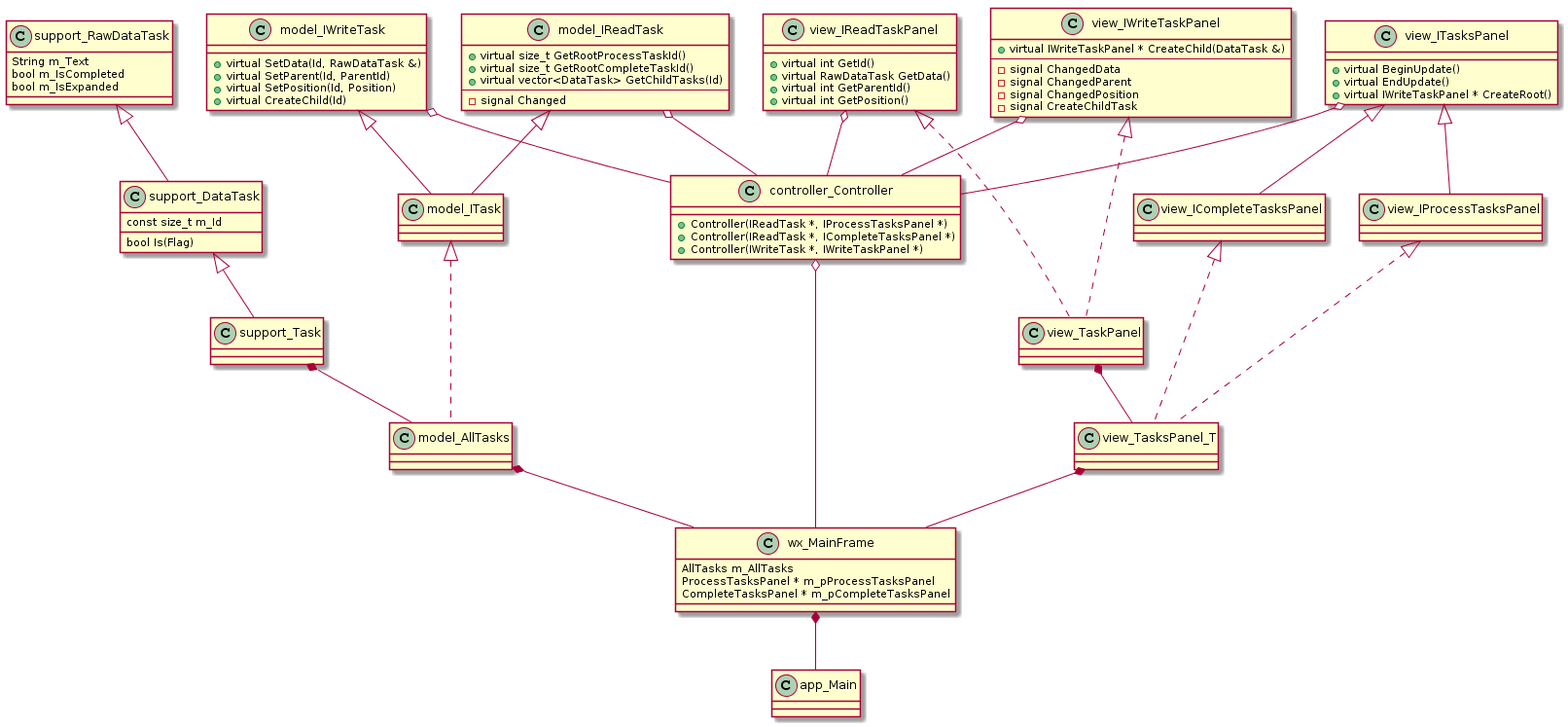
The PlantUML diagram Addins/CoreToolsProjectTasks.Classes.png in Unicornum/Unicornum.github.io, before a commit.
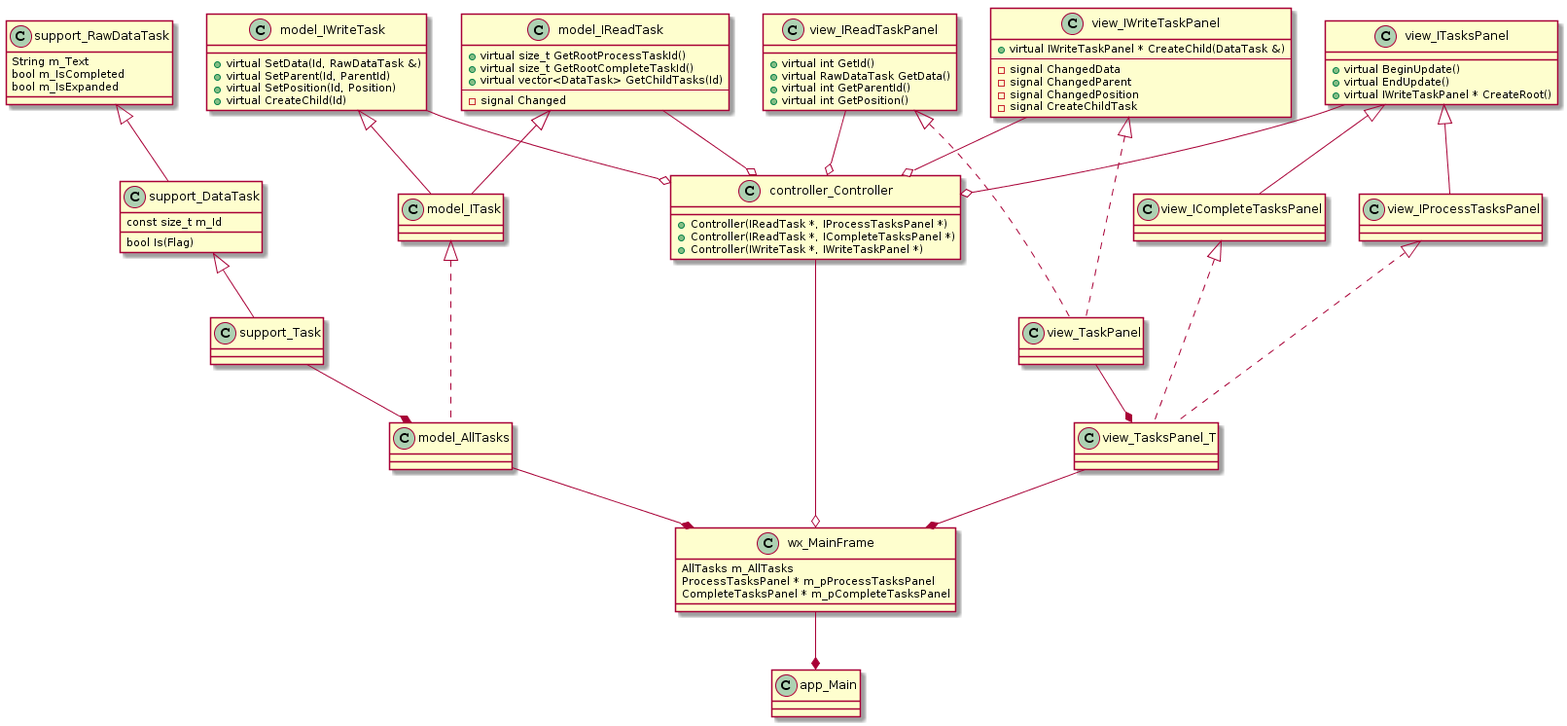
Above is the later version.

The edit, as a diff of the source:
```diff
@@ -1,14 +1,77 @@
 @startuml
-model_IModel <|-- model_Model
+support_RawDataTask : String m_Text
+support_RawDataTask : bool m_IsCompleted
+support_RawDataTask : bool m_IsExpanded
 
-view_IView <|-- wx_MainFrame
+support_RawDataTask <|-- support_DataTask
 
-model_IModel o-- controller_Controller
-view_IView o-- controller_Controller
+support_DataTask : const size_t m_Id
+support_DataTask : bool Is(Flag)
 
-controller_Controller : + Controller(model_IModel &, view_IView &)
+model_IReadTask : + virtual size_t GetRootProcessTaskId()
+model_IReadTask : + virtual size_t GetRootCompleteTaskId()
+model_IReadTask : + virtual vector<DataTask> GetChildTasks(Id)
+model_IReadTask : ---
+model_IReadTask : - signal Changed
 
-model_Model *-- app_Main
-controller_Controller *-- app_Main
-wx_MainFrame *-- app_Main
+model_IWriteTask : + virtual SetData(Id, RawDataTask &)
+model_IWriteTask : + virtual SetParent(Id, ParentId)
+model_IWriteTask : + virtual SetPosition(Id, Position)
+model_IWriteTask : + virtual CreateChild(Id)
+
+model_IReadTask <|-- model_ITask
+model_IWriteTask <|-- model_ITask
+
+model_ITask <|-.- model_AllTasks
+
+support_DataTask <|-- support_Task
+
+support_Task --* model_AllTasks
+
+controller_Controller : + Controller(IReadTask *, IProcessTasksPanel *)
+controller_Controller : + Controller(IReadTask *, ICompleteTasksPanel *)
+controller_Controller : + Controller(IWriteTask *, IWriteTaskPanel *)
+
+view_IWriteTaskPanel : + virtual IWriteTaskPanel * CreateChild(DataTask &)
+view_IWriteTaskPanel : ---
+view_IWriteTaskPanel : - signal ChangedData
+view_IWriteTaskPanel : - signal ChangedParent
+view_IWriteTaskPanel : - signal ChangedPosition
+view_IWriteTaskPanel : - signal CreateChildTask
+
+view_IReadTaskPanel : + virtual int GetId()
+view_IReadTaskPanel : + virtual RawDataTask GetData()
+view_IReadTaskPanel : + virtual int GetParentId()
+view_IReadTaskPanel : + virtual int GetPosition()
+
+view_IWriteTaskPanel <|-.- view_TaskPanel
+view_IReadTaskPanel <|-.- view_TaskPanel
+
+view_ITasksPanel <|-- view_IProcessTasksPanel
+view_ITasksPanel <|-- view_ICompleteTasksPanel
+
+view_IProcessTasksPanel <|-.- view_TasksPanel_T
+view_ICompleteTasksPanel <|-.- view_TasksPanel_T
+
+view_ITasksPanel : + virtual BeginUpdate()
+view_ITasksPanel : + virtual EndUpdate()
+view_ITasksPanel : + virtual IWriteTaskPanel * CreateRoot()
+
+model_IReadTask --o controller_Controller
+model_IWriteTask --o controller_Controller
+view_IWriteTaskPanel --o controller_Controller
+view_IReadTaskPanel --o controller_Controller
+view_ITasksPanel --o controller_Controller
+
+view_TaskPanel --* view_TasksPanel_T
+
+model_AllTasks --* wx_MainFrame
+controller_Controller --o wx_MainFrame
+view_TasksPanel_T --* wx_MainFrame
+
+wx_MainFrame : AllTasks m_AllTasks
+wx_MainFrame : ProcessTasksPanel * m_pProcessTasksPanel
+wx_MainFrame : CompleteTasksPanel * m_pCompleteTasksPanel
+
+wx_MainFrame --* app_Main
 @enduml
```
